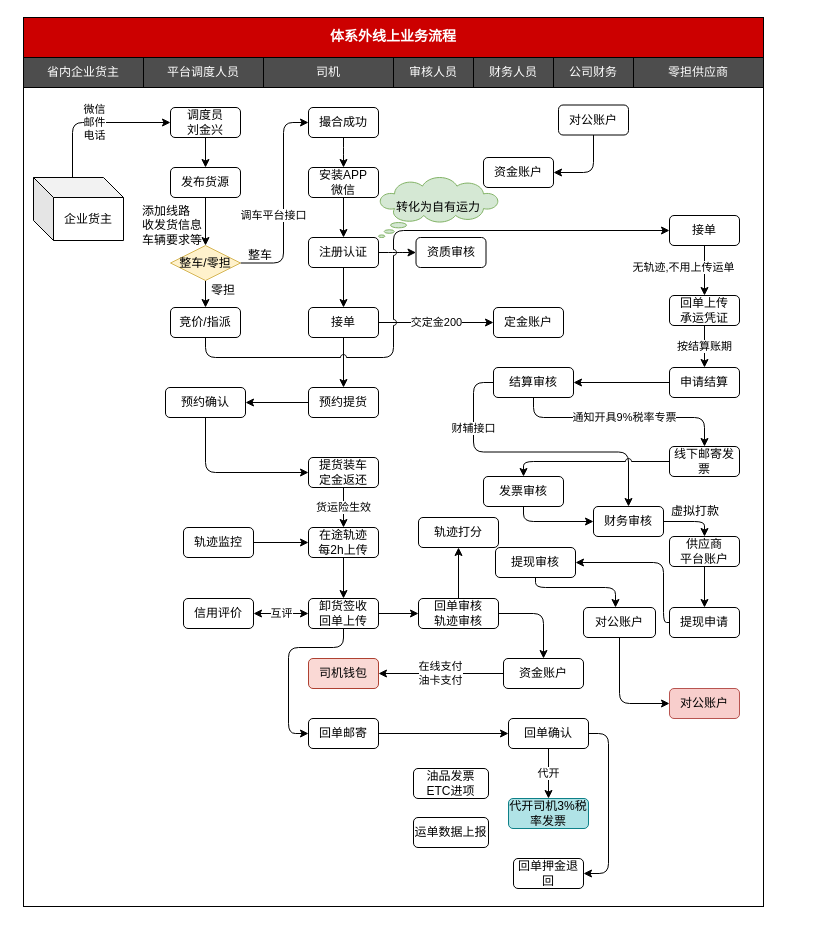
Before: 体系外线上业务流程.drawio in chenyibang/rdpwrap, a draw.io diagram. Source tidied: cells renumbered, new cells numbered last; positions are measured from the earlier drawing's top-left corner, leaving out a move shared by most shapes. Both pictures are drawn from the tidied source at 100%, with x=0, y=0 at pixel (23, 17).
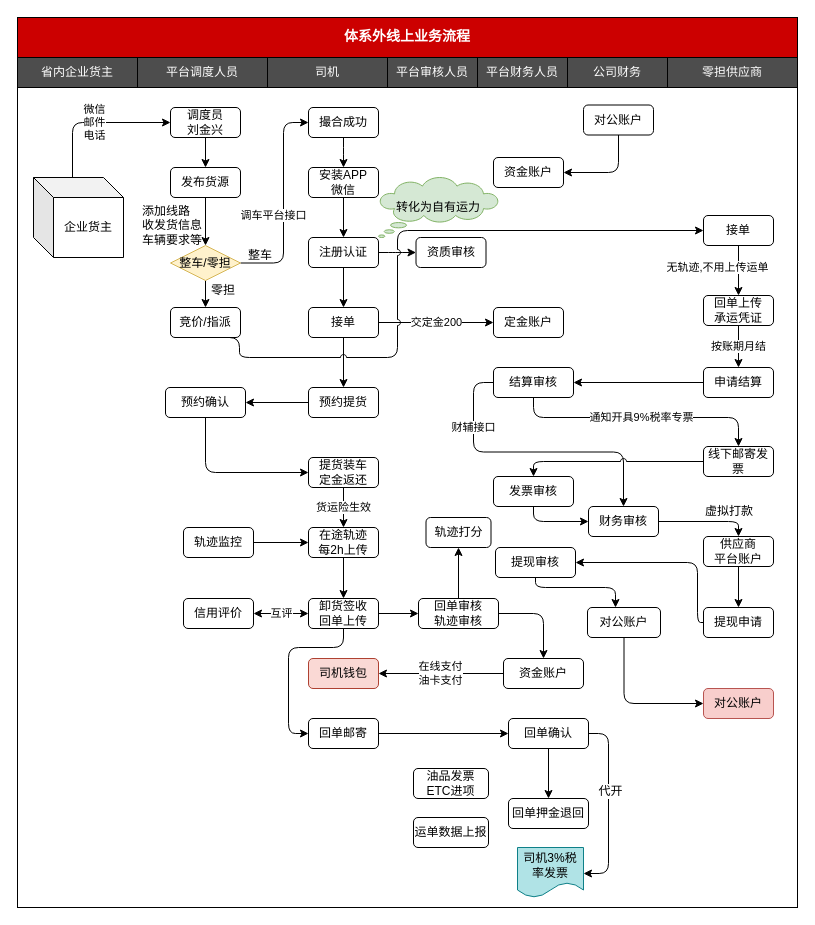
Above is the later version.

Commit message:
更新体系外线上业务流程.drawio

The change refers to these unchanged cells:
```xml
<mxCell id="17" value="结算审核" style="rounded=1;whiteSpace=wrap;html=1;" parent="1" vertex="1">
  <mxGeometry x="470" y="350" width="80" height="30" as="geometry" />
</mxCell>
<mxCell id="45" value="回单确认" style="rounded=1;whiteSpace=wrap;html=1;" parent="1" vertex="1">
  <mxGeometry x="485" y="701" width="80" height="30" as="geometry" />
</mxCell>
<mxCell id="76" value="竞价/指派" style="rounded=1;whiteSpace=wrap;html=1;" parent="1" vertex="1">
  <mxGeometry x="147" y="290" width="70" height="30" as="geometry" />
</mxCell>
<mxCell id="92" value="提现审核" style="rounded=1;whiteSpace=wrap;html=1;" parent="1" vertex="1">
  <mxGeometry x="472" y="530" width="80" height="30" as="geometry" />
</mxCell>
```

Change to the diagram source:
```diff
@@
     <mxCell id="2" style="rounded=0;whiteSpace=wrap;html=1;fontFamily=Courier New;fillColor=none;" parent="1" vertex="1">
-      <mxGeometry y="40" width="740" height="849" as="geometry" />
+      <mxGeometry x="-6" y="69.5" width="780" height="820.5" as="geometry" />
     </mxCell>
     <mxCell id="3" value="平台调度人员" style="rounded=0;whiteSpace=wrap;html=1;fillColor=#4D4D4D;fontColor=#FFFFFF;" parent="1" vertex="1">
-      <mxGeometry x="120" y="40" width="120" height="30" as="geometry" />
+      <mxGeometry x="114" y="40" width="130" height="30" as="geometry" />
     </mxCell>
     <mxCell id="4" value="&lt;span style=&quot;white-space: normal&quot;&gt;司机&lt;/span&gt;" style="rounded=0;whiteSpace=wrap;html=1;fillColor=#4D4D4D;fontColor=#FFFFFF;" parent="1" vertex="1">
-      <mxGeometry x="240" y="40" width="130" height="30" as="geometry" />
+      <mxGeometry x="244" y="40" width="120" height="30" as="geometry" />
     </mxCell>
-    <mxCell id="5" value="审核人员" style="rounded=0;whiteSpace=wrap;html=1;fillColor=#4D4D4D;fontColor=#FFFFFF;" parent="1" vertex="1">
-      <mxGeometry x="370" y="40" width="80" height="30" as="geometry" />
+    <mxCell id="5" value="平台审核人员" style="rounded=0;whiteSpace=wrap;html=1;fillColor=#4D4D4D;fontColor=#FFFFFF;" parent="1" vertex="1">
+      <mxGeometry x="364" y="40" width="90" height="30" as="geometry" />
     </mxCell>
     <mxCell id="6" value="体系外线上业务流程" style="rounded=0;whiteSpace=wrap;html=1;fillColor=#CC0000;fontColor=#FFFFFF;fontSize=14;fontStyle=1;fontFamily=Courier New;" parent="1" vertex="1">
-      <mxGeometry width="740" height="40" as="geometry" />
+      <mxGeometry x="-6" width="780" height="40" as="geometry" />
     </mxCell>
@@
     <mxCell id="8" value="省内企业货主" style="rounded=0;whiteSpace=wrap;html=1;fillColor=#4D4D4D;fontColor=#FFFFFF;" parent="1" vertex="1">
-      <mxGeometry y="40" width="120" height="30" as="geometry" />
+      <mxGeometry x="-6" y="40" width="120" height="30" as="geometry" />
     </mxCell>
@@
     <mxCell id="11" value="零担供应商" style="rounded=0;whiteSpace=wrap;html=1;fillColor=#4D4D4D;fontColor=#FFFFFF;" parent="1" vertex="1">
-      <mxGeometry x="610" y="40" width="130" height="30" as="geometry" />
+      <mxGeometry x="644" y="40" width="130" height="30" as="geometry" />
     </mxCell>
-    <mxCell id="12" value="按结算账期" style="edgeStyle=orthogonalEdgeStyle;rounded=1;comic=0;jumpStyle=gap;jumpSize=6;jettySize=auto;html=1;shadow=0;exitX=0.5;exitY=1;exitDx=0;exitDy=0;" parent="1" edge="1" source="70" target="15">
+    <mxCell id="12" value="按账期月结" style="edgeStyle=orthogonalEdgeStyle;rounded=1;comic=0;jumpStyle=gap;jumpSize=6;jettySize=auto;html=1;shadow=0;exitX=0.5;exitY=1;exitDx=0;exitDy=0;" parent="1" edge="1" source="70" target="15">
       <mxGeometry relative="1" as="geometry" />
     </mxCell>
@@
     <mxCell id="14" value="通知开具9%税率专票" style="edgeStyle=orthogonalEdgeStyle;rounded=1;jumpStyle=arc;jettySize=auto;html=1;exitX=0.5;exitY=1;exitDx=0;exitDy=0;" parent="1" edge="1" source="17" target="80">
       <mxGeometry x="0.01" relative="1" as="geometry">
         <Array as="points">
           <mxPoint x="510" y="400" />
-          <mxPoint x="681" y="400" />
+          <mxPoint x="715" y="400" />
         </Array>
       </mxGeometry>
     </mxCell>
     <mxCell id="15" value="申请结算" style="rounded=1;whiteSpace=wrap;html=1;" parent="1" vertex="1">
-      <mxGeometry x="646" y="350" width="70" height="30" as="geometry" />
+      <mxGeometry x="680" y="350" width="70" height="30" as="geometry" />
     </mxCell>
@@
     <mxCell id="27" value="供应商&lt;br&gt;平台账户" style="rounded=1;whiteSpace=wrap;html=1;" parent="1" vertex="1">
-      <mxGeometry x="646" y="519" width="70" height="30" as="geometry" />
+      <mxGeometry x="680" y="519" width="70" height="30" as="geometry" />
     </mxCell>
     <mxCell id="28" style="edgeStyle=orthogonalEdgeStyle;rounded=1;jumpStyle=arc;jettySize=auto;html=1;entryX=1;entryY=0.5;entryDx=0;entryDy=0;startArrow=none;startFill=0;endArrow=classic;endFill=1;exitX=0;exitY=0.5;exitDx=0;exitDy=0;" parent="1" edge="1" source="29" target="92">
       <mxGeometry relative="1" as="geometry">
         <Array as="points">
-          <mxPoint x="640" y="605" />
-          <mxPoint x="640" y="545" />
+          <mxPoint x="674" y="605" />
+          <mxPoint x="674" y="545" />
         </Array>
       </mxGeometry>
     </mxCell>
     <mxCell id="29" value="提现申请" style="rounded=1;whiteSpace=wrap;html=1;" parent="1" vertex="1">
-      <mxGeometry x="646" y="590" width="70" height="30" as="geometry" />
+      <mxGeometry x="680" y="590" width="70" height="30" as="geometry" />
     </mxCell>
     <mxCell id="30" value="对公账户" style="rounded=1;whiteSpace=wrap;html=1;fillColor=#f8cecc;strokeColor=#b85450;" parent="1" vertex="1">
-      <mxGeometry x="646" y="671" width="70" height="30" as="geometry" />
+      <mxGeometry x="680" y="671" width="70" height="30" as="geometry" />
     </mxCell>
     <mxCell id="31" style="edgeStyle=orthogonalEdgeStyle;rounded=1;jumpStyle=arc;jettySize=auto;html=1;entryX=0;entryY=0.5;entryDx=0;entryDy=0;exitX=0.5;exitY=1;exitDx=0;exitDy=0;" parent="1" edge="1" source="32" target="82">
       <mxGeometry relative="1" as="geometry">
         <Array as="points">
-          <mxPoint x="500" y="504" />
+          <mxPoint x="510" y="504" />
         </Array>
       </mxGeometry>
     </mxCell>
     <mxCell id="32" value="发票审核" style="rounded=1;whiteSpace=wrap;html=1;" parent="1" vertex="1">
-      <mxGeometry x="460" y="459" width="80" height="30" as="geometry" />
+      <mxGeometry x="470" y="459" width="80" height="30" as="geometry" />
     </mxCell>
@@
     <mxCell id="39" value="轨迹打分" style="rounded=1;whiteSpace=wrap;html=1;" parent="1" vertex="1">
-      <mxGeometry x="395" y="500" width="80" height="30" as="geometry" />
+      <mxGeometry x="402.5" y="500" width="65" height="30" as="geometry" />
     </mxCell>
@@
+    <mxCell id="44" style="edgeStyle=orthogonalEdgeStyle;rounded=1;jettySize=auto;html=1;entryX=1;entryY=0.5;entryDx=0;entryDy=0;" parent="1" edge="1" source="45">
+      <mxGeometry relative="1" as="geometry">
+        <mxPoint x="560" y="856" as="targetPoint" />
+        <Array as="points">
+          <mxPoint x="585" y="716" />
+          <mxPoint x="585" y="856" />
+        </Array>
+      </mxGeometry>
+    </mxCell>
-    <mxCell id="43" value="代开" style="edgeStyle=orthogonalEdgeStyle;rounded=1;comic=0;jumpStyle=gap;jumpSize=6;jettySize=auto;html=1;shadow=0;startArrow=none;startFill=0;strokeColor=#000000;" parent="1" edge="1" source="45" target="46">
-      <mxGeometry relative="1" as="geometry" />
+    <mxCell id="43" value="代开" style="text;html=1;align=center;verticalAlign=middle;labelBackgroundColor=#ffffff;" parent="44" vertex="1">
+      <mxGeometry x="-0.17" y="1" relative="1" as="geometry" />
     </mxCell>
-    <mxCell id="44" style="edgeStyle=orthogonalEdgeStyle;rounded=1;jettySize=auto;html=1;entryX=1;entryY=0.5;entryDx=0;entryDy=0;" parent="1" edge="1" source="45" target="68">
-      <mxGeometry relative="1" as="geometry">
-        <Array as="points">
-          <mxPoint x="585" y="716" />
-          <mxPoint x="585" y="856" />
-        </Array>
-      </mxGeometry>
-    </mxCell>
+    <mxCell id="98" style="edgeStyle=orthogonalEdgeStyle;rounded=1;jumpStyle=arc;jettySize=auto;html=1;entryX=0.5;entryY=0;entryDx=0;entryDy=0;" parent="1" edge="1" source="45" target="46">
+      <mxGeometry relative="1" as="geometry" />
+    </mxCell>
@@
-    <mxCell id="46" value="代开司机3%税率发票" style="rounded=1;whiteSpace=wrap;html=1;fillColor=#b0e3e6;strokeColor=#0e8088;" parent="1" vertex="1">
+    <mxCell id="46" value="&lt;span style=&quot;white-space: normal&quot;&gt;回单押金退回&lt;/span&gt;" style="rounded=1;whiteSpace=wrap;html=1;" parent="1" vertex="1">
       <mxGeometry x="485" y="781" width="80" height="30" as="geometry" />
     </mxCell>
@@
     <mxCell id="65" value="资金账户" style="rounded=1;whiteSpace=wrap;html=1;" parent="1" vertex="1">
-      <mxGeometry x="460" y="140" width="70" height="30" as="geometry" />
+      <mxGeometry x="470" y="140" width="70" height="30" as="geometry" />
     </mxCell>
@@
-    <mxCell id="68" value="回单押金退回" style="rounded=1;whiteSpace=wrap;html=1;" parent="1" vertex="1">
-      <mxGeometry x="490" y="841" width="70" height="30" as="geometry" />
-    </mxCell>
@@
     <mxCell id="70" value="回单上传&lt;br&gt;承运凭证" style="rounded=1;whiteSpace=wrap;html=1;" parent="1" vertex="1">
-      <mxGeometry x="646" y="278" width="70" height="30" as="geometry" />
+      <mxGeometry x="680" y="278" width="70" height="30" as="geometry" />
     </mxCell>
@@
     <mxCell id="72" value="接单" style="rounded=1;whiteSpace=wrap;html=1;" parent="1" vertex="1">
-      <mxGeometry x="646" y="198" width="70" height="30" as="geometry" />
+      <mxGeometry x="680" y="198" width="70" height="30" as="geometry" />
     </mxCell>
@@
-    <mxCell id="74" value="财务人员" style="rounded=0;whiteSpace=wrap;html=1;fillColor=#4D4D4D;fontColor=#FFFFFF;" parent="1" vertex="1">
-      <mxGeometry x="450" y="40" width="80" height="30" as="geometry" />
+    <mxCell id="74" value="平台财务人员" style="rounded=0;whiteSpace=wrap;html=1;fillColor=#4D4D4D;fontColor=#FFFFFF;" parent="1" vertex="1">
+      <mxGeometry x="454" y="40" width="90" height="30" as="geometry" />
     </mxCell>
     <mxCell id="75" style="edgeStyle=orthogonalEdgeStyle;rounded=1;jumpStyle=arc;jettySize=auto;html=1;entryX=0;entryY=0.5;entryDx=0;entryDy=0;startArrow=none;startFill=0;exitX=0.5;exitY=1;exitDx=0;exitDy=0;" parent="1" edge="1" source="76" target="72">
       <mxGeometry relative="1" as="geometry">
         <Array as="points">
-          <mxPoint x="182" y="340" />
-          <mxPoint x="370" y="340" />
-          <mxPoint x="370" y="213" />
+          <mxPoint x="216" y="320" />
+          <mxPoint x="216" y="340" />
+          <mxPoint x="374" y="340" />
+          <mxPoint x="374" y="213" />
         </Array>
       </mxGeometry>
     </mxCell>
@@
     <mxCell id="79" style="edgeStyle=orthogonalEdgeStyle;rounded=1;jumpStyle=arc;jettySize=auto;html=1;entryX=0.5;entryY=0;entryDx=0;entryDy=0;exitX=0;exitY=0.5;exitDx=0;exitDy=0;" parent="1" edge="1" source="80" target="32">
       <mxGeometry relative="1" as="geometry">
         <Array as="points">
-          <mxPoint x="500" y="444" />
+          <mxPoint x="510" y="444" />
         </Array>
       </mxGeometry>
     </mxCell>
     <mxCell id="80" value="线下邮寄发票" style="rounded=1;whiteSpace=wrap;html=1;" parent="1" vertex="1">
-      <mxGeometry x="646" y="429" width="70" height="30" as="geometry" />
+      <mxGeometry x="680" y="429" width="70" height="30" as="geometry" />
     </mxCell>
     <mxCell id="81" style="edgeStyle=orthogonalEdgeStyle;rounded=1;jumpStyle=arc;jettySize=auto;html=1;entryX=0.5;entryY=0;entryDx=0;entryDy=0;" parent="1" edge="1" source="82" target="27">
       <mxGeometry relative="1" as="geometry">
         <Array as="points">
-          <mxPoint x="681" y="504" />
+          <mxPoint x="715" y="504" />
         </Array>
       </mxGeometry>
     </mxCell>
     <mxCell id="82" value="财务审核" style="rounded=1;whiteSpace=wrap;html=1;" parent="1" vertex="1">
-      <mxGeometry x="570" y="489" width="70" height="30" as="geometry" />
+      <mxGeometry x="565" y="489" width="70" height="30" as="geometry" />
     </mxCell>
@@
     <mxCell id="88" value="公司财务" style="rounded=0;whiteSpace=wrap;html=1;fillColor=#4D4D4D;fontColor=#FFFFFF;" parent="1" vertex="1">
-      <mxGeometry x="530" y="40" width="80" height="30" as="geometry" />
+      <mxGeometry x="544" y="40" width="100" height="30" as="geometry" />
     </mxCell>
@@
     <mxCell id="90" value="对公账户" style="rounded=1;whiteSpace=wrap;html=1;" parent="1" vertex="1">
-      <mxGeometry x="535" y="87.5" width="70" height="30" as="geometry" />
+      <mxGeometry x="560" y="87.5" width="70" height="30" as="geometry" />
     </mxCell>
@@
     <mxCell id="94" value="对公账户" style="rounded=1;whiteSpace=wrap;html=1;" parent="1" vertex="1">
-      <mxGeometry x="560" y="590" width="72" height="30" as="geometry" />
+      <mxGeometry x="564" y="590" width="73" height="30" as="geometry" />
     </mxCell>
@@
     <mxCell id="96" value="企业货主" style="shape=cube;whiteSpace=wrap;html=1;boundedLbl=1;backgroundOutline=1;darkOpacity=0.05;darkOpacity2=0.1;strokeColor=#000000;fillColor=none;" parent="1" vertex="1">
-      <mxGeometry x="10" y="160" width="90" height="63" as="geometry" />
+      <mxGeometry x="10" y="160" width="90" height="80" as="geometry" />
     </mxCell>
     <mxCell id="97" value="虚拟打款" style="text;html=1;strokeColor=none;fillColor=none;align=center;verticalAlign=middle;whiteSpace=wrap;rounded=0;" parent="1" vertex="1">
-      <mxGeometry x="645" y="484" width="54" height="20" as="geometry" />
+      <mxGeometry x="679" y="484" width="54" height="20" as="geometry" />
     </mxCell>
+    <mxCell id="99" value="&lt;span style=&quot;white-space: normal&quot;&gt;司机3%税率发票&lt;/span&gt;" style="shape=document;whiteSpace=wrap;html=1;boundedLbl=1;strokeColor=#0e8088;fillColor=#b0e3e6;" parent="1" vertex="1">
+      <mxGeometry x="494" y="830" width="66" height="50" as="geometry" />
+    </mxCell>
```
